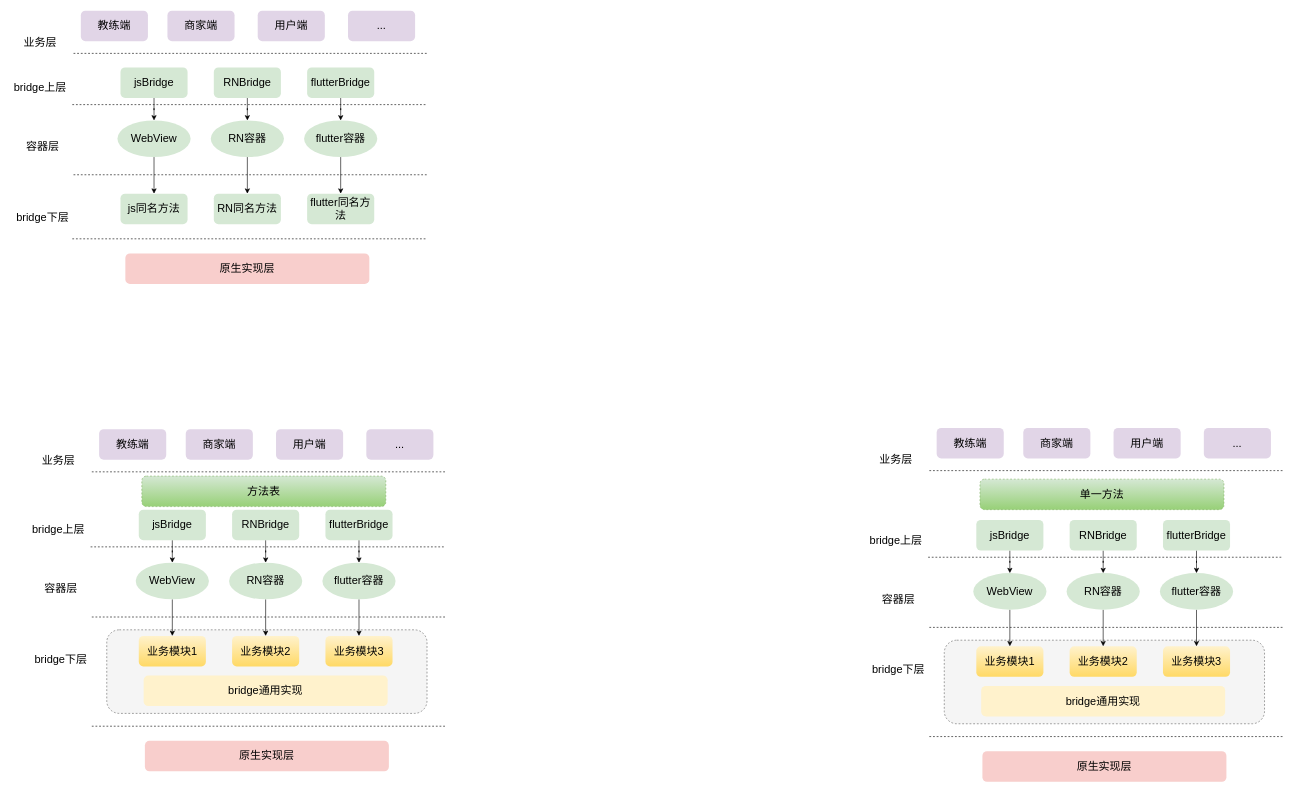
yyht800/SiGuoYa keeps this draw.io diagram as page "第 1 页" (1 of 3) of .drawio-chrome/通用bridge.drawio. Above is the earlier version. Source tidied: cells renumbered, new cells numbered last; positions are measured from the earlier drawing's top-left corner, leaving out a move shared by most shapes. Both pictures are drawn from the tidied source at 61%, with x=0, y=0 at pixel (10, 10).
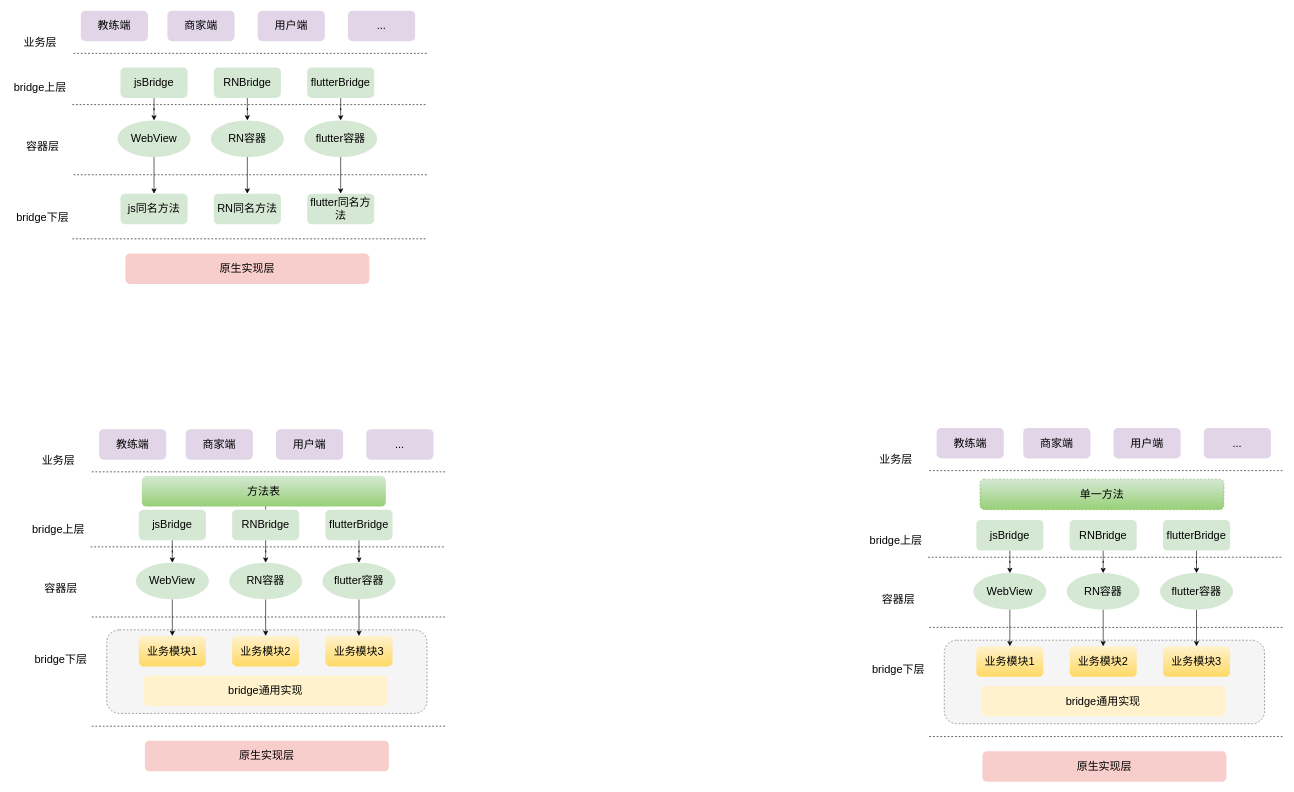
The same page after the edit.

The change refers to these unchanged cells:
```xml
<mxCell id="42" value="RNBridge" style="rounded=1;whiteSpace=wrap;html=1;dashed=1;fontSize=18;strokeWidth=1;strokeColor=none;fillColor=#d5e8d4;" parent="1" vertex="1">
  <mxGeometry x="363" y="818" width="110" height="50" as="geometry" />
</mxCell>
```

The edit, as a diff of the source:
```diff
@@
+    <mxCell id="92" style="edgeStyle=orthogonalEdgeStyle;rounded=0;jettySize=auto;html=1;" parent="1" edge="1" source="42" target="90">
+      <mxGeometry relative="1" as="geometry" />
+    </mxCell>
@@
-    <mxCell id="90" value="方法表" style="rounded=1;whiteSpace=wrap;html=1;dashed=1;fontSize=18;strokeWidth=1;strokeColor=#82b366;fillColor=#d5e8d4;gradientColor=#97d077;" parent="1" vertex="1">
+    <mxCell id="90" value="方法表" style="rounded=1;whiteSpace=wrap;html=1;dashed=1;fontSize=18;strokeWidth=1;strokeColor=none;fillColor=#d5e8d4;gradientColor=#97d077;" parent="1" vertex="1">
       <mxGeometry x="215" y="763" width="400" height="50" as="geometry" />
     </mxCell>
```
